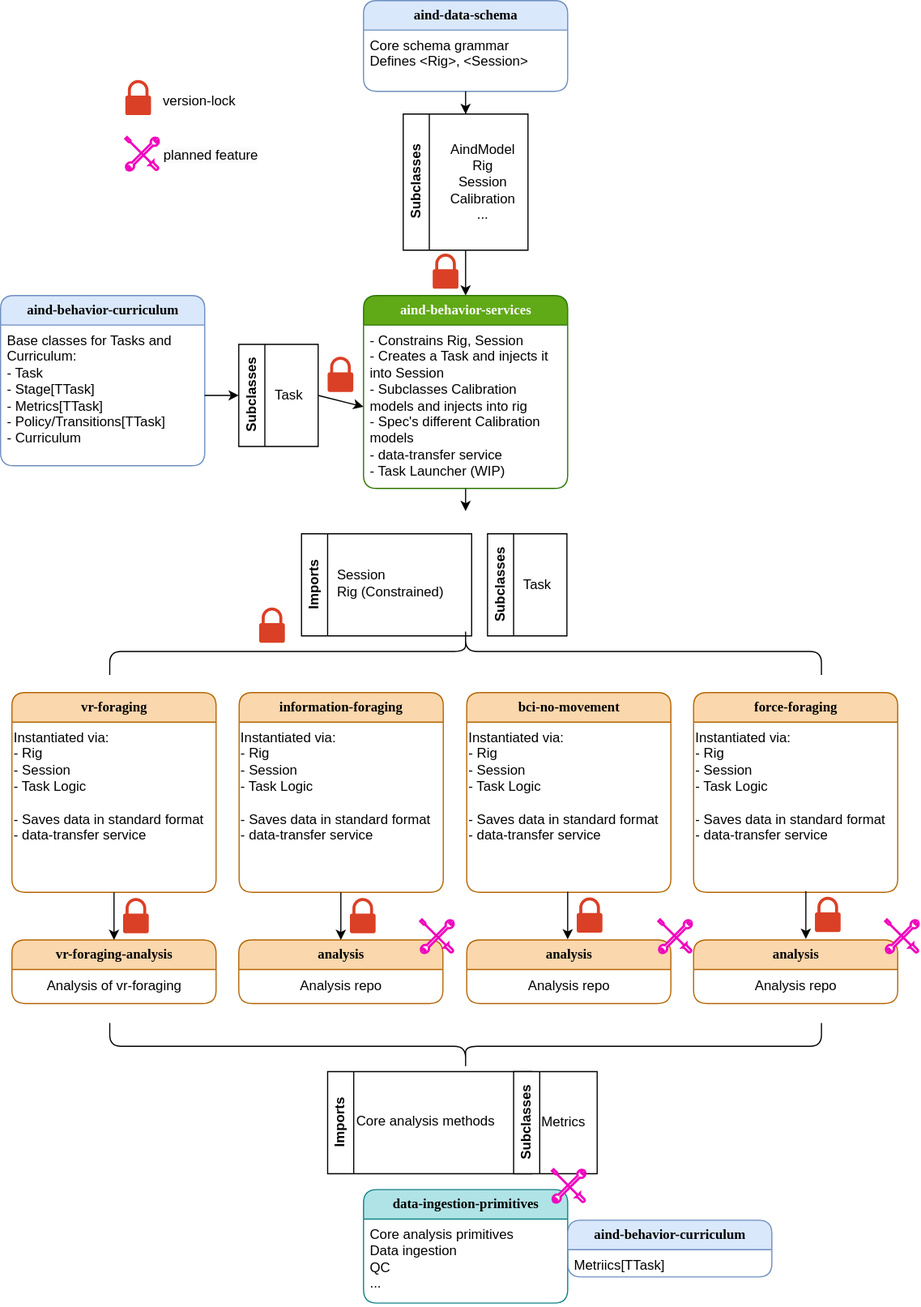
AllenNeuralDynamics/aind-behavior-rig-calibration keeps this draw.io diagram as assets/dependency_tree.drawio.svg. Above is the earlier version. Source tidied: cells renumbered, new cells last; positions are measured from the earlier drawing's top-left corner, leaving out a move shared by most shapes.
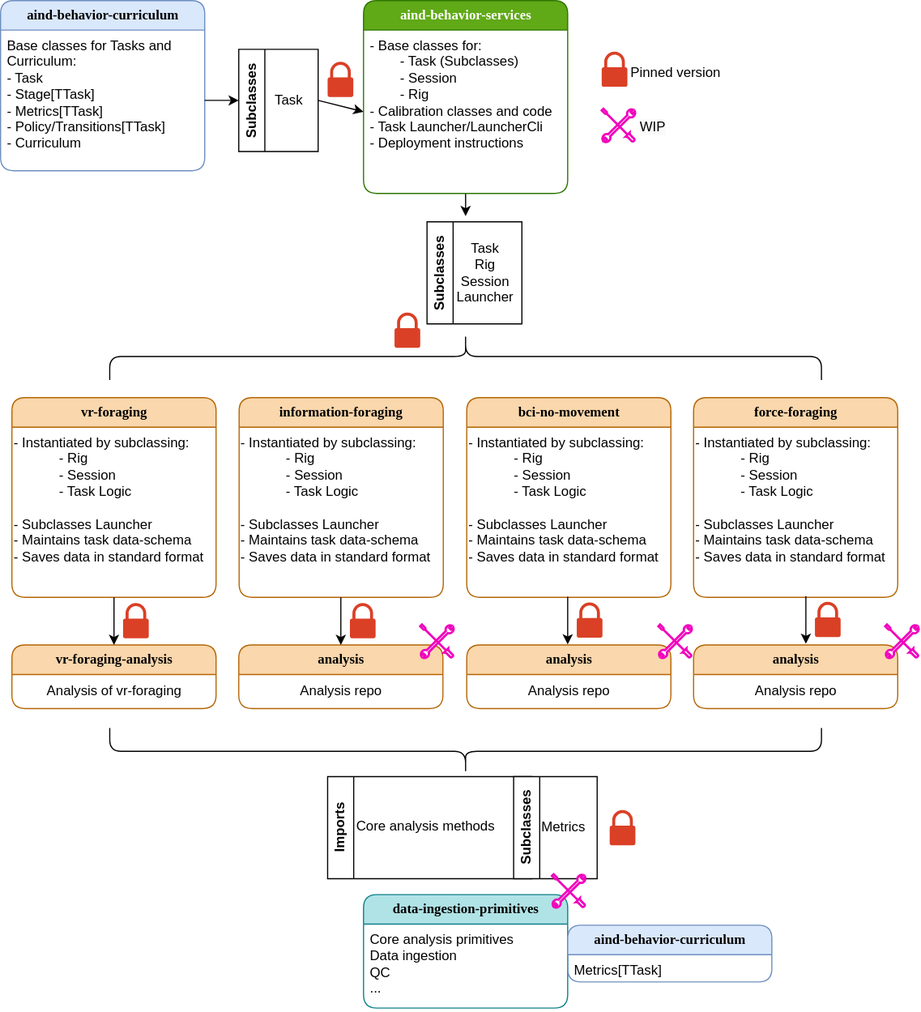
After the change.

Commit message:
Update dependency diagram

Change to the diagram source:
```diff
@@ -2,15 +2,6 @@
   <root>
     <mxCell id="0" />
     <mxCell id="1" parent="0" />
-    <mxCell id="2" style="edgeStyle=orthogonalEdgeStyle;rounded=0;jettySize=auto;html=1;entryX=0.5;entryY=0;entryDx=0;entryDy=0;" parent="1" edge="1" source="12" target="8">
-      <mxGeometry relative="1" as="geometry" />
-    </mxCell>
-    <mxCell id="3" value="aind-data-schema" style="swimlane;fontStyle=1;horizontal=1;startSize=26;fillColor=#dae8fc;html=1;strokeColor=#6c8ebf;strokeWidth=1;rounded=1;shadow=0;glass=0;fontFamily=Tahoma;fontSize=12;align=center;" parent="1" vertex="1">
-      <mxGeometry x="320" width="180" height="80" as="geometry" />
-    </mxCell>
-    <mxCell id="4" value="Core schema grammar&lt;div&gt;Defines &amp;lt;Rig&amp;gt;, &amp;lt;Session&amp;gt;&lt;/div&gt;" style="text;strokeColor=none;fillColor=none;align=left;verticalAlign=top;spacingLeft=4;spacingRight=4;overflow=hidden;whiteSpace=wrap;html=1;" parent="3" vertex="1">
-      <mxGeometry y="26" width="180" height="54" as="geometry" />
-    </mxCell>
     <mxCell id="5" value="aind-behavior-curriculum" style="swimlane;fontStyle=1;horizontal=1;startSize=26;fillColor=#dae8fc;html=1;strokeColor=#6c8ebf;strokeWidth=1;rounded=1;shadow=0;glass=0;fontFamily=Tahoma;fontSize=12;align=center;" parent="1" vertex="1">
       <mxGeometry y="260" width="180" height="150" as="geometry" />
     </mxCell>
@@ -25,21 +16,9 @@
     <mxCell id="8" value="aind-behavior-services" style="swimlane;fontStyle=1;horizontal=1;startSize=26;fillColor=#60a917;html=1;strokeColor=#2D7600;strokeWidth=1;rounded=1;shadow=0;glass=0;fontFamily=Tahoma;fontSize=12;align=center;fontColor=#ffffff;" parent="1" vertex="1">
       <mxGeometry x="320" y="260" width="180" height="170" as="geometry" />
     </mxCell>
-    <mxCell id="9" value="- Constrains Rig, Session&lt;div&gt;- Creates a Task and injects it into Session&lt;/div&gt;&lt;div&gt;- Subclasses Calibration models and injects into rig&lt;/div&gt;&lt;div&gt;- Spec's different Calibration models&lt;/div&gt;&lt;div&gt;- data-transfer service&lt;/div&gt;&lt;div&gt;- Task Launcher (WIP)&lt;/div&gt;" style="text;strokeColor=none;fillColor=none;align=left;verticalAlign=top;spacingLeft=4;spacingRight=4;overflow=hidden;points=[[0,0.5],[1,0.5]];portConstraint=eastwest;whiteSpace=wrap;html=1;" parent="8" vertex="1">
+    <mxCell id="9" value="- Base classes for:&lt;div&gt;&lt;span style=&quot;white-space: pre;&quot;&gt;&#9;&lt;/span&gt;- Task (Subclasses)&lt;/div&gt;&lt;div&gt;&lt;span style=&quot;white-space: pre;&quot;&gt;&#9;&lt;/span&gt;- Session&lt;/div&gt;&lt;div&gt;&lt;span style=&quot;white-space: pre;&quot;&gt;&#9;&lt;/span&gt;- Rig&lt;/div&gt;&lt;div&gt;- Calibration classes and code&lt;/div&gt;&lt;div&gt;&lt;div&gt;- Task Launcher/LauncherCli&lt;/div&gt;&lt;/div&gt;&lt;div&gt;- Deployment instructions&lt;/div&gt;" style="text;strokeColor=none;fillColor=none;align=left;verticalAlign=top;spacingLeft=4;spacingRight=4;overflow=hidden;points=[[0,0.5],[1,0.5]];portConstraint=eastwest;whiteSpace=wrap;html=1;" parent="8" vertex="1">
       <mxGeometry y="26" width="180" height="144" as="geometry" />
     </mxCell>
-    <mxCell id="10" style="sketch=0;shadow=0;dashed=0;html=1;strokeColor=none;labelPosition=center;verticalLabelPosition=bottom;verticalAlign=top;align=center;shape=mxgraph.office.security.lock_protected;fillColor=#DA4026;" parent="1" vertex="1">
-      <mxGeometry x="381" y="223" width="22.6" height="31" as="geometry" />
-    </mxCell>
-    <mxCell id="11" style="edgeStyle=orthogonalEdgeStyle;rounded=0;jettySize=auto;html=1;entryX=0.5;entryY=0;entryDx=0;entryDy=0;" parent="1" edge="1" source="3" target="12">
-      <mxGeometry relative="1" as="geometry" />
-    </mxCell>
-    <mxCell id="12" value="Subclasses" style="swimlane;horizontal=0;whiteSpace=wrap;html=1;" parent="1" vertex="1">
-      <mxGeometry x="355" y="100" width="110" height="120" as="geometry" />
-    </mxCell>
-    <mxCell id="13" value="AindModel&lt;div&gt;Rig&lt;/div&gt;&lt;div&gt;Session&lt;/div&gt;&lt;div&gt;Calibration&lt;/div&gt;&lt;div&gt;...&lt;/div&gt;" style="text;html=1;align=center;verticalAlign=middle;strokeColor=none;fillColor=none;" parent="12" vertex="1">
-      <mxGeometry x="30" y="15" width="80" height="90" as="geometry" />
-    </mxCell>
     <mxCell id="14" style="edgeStyle=none;rounded=0;jettySize=auto;html=1;exitX=1;exitY=0.5;exitDx=0;exitDy=0;entryX=0;entryY=0.5;entryDx=0;entryDy=0;" parent="1" edge="1" source="15" target="9">
       <mxGeometry relative="1" as="geometry" />
     </mxCell>
@@ -55,15 +34,6 @@
     <mxCell id="18" style="sketch=0;shadow=0;dashed=0;html=1;strokeColor=none;labelPosition=center;verticalLabelPosition=bottom;verticalAlign=top;align=center;shape=mxgraph.office.security.lock_protected;fillColor=#DA4026;" parent="1" vertex="1">
       <mxGeometry x="288.4" y="314" width="22.6" height="31" as="geometry" />
     </mxCell>
-    <mxCell id="19" style="group;" parent="1" vertex="1">
-      <mxGeometry x="110" y="70" width="110" height="34" as="geometry" />
-    </mxCell>
-    <mxCell id="20" style="sketch=0;shadow=0;dashed=0;html=1;strokeColor=none;labelPosition=center;verticalLabelPosition=bottom;verticalAlign=top;align=center;shape=mxgraph.office.security.lock_protected;fillColor=#DA4026;" parent="19" vertex="1">
-      <mxGeometry width="22.6" height="31" as="geometry" />
-    </mxCell>
-    <mxCell id="21" value="version-lock" style="text;html=1;align=center;verticalAlign=middle;strokeColor=none;fillColor=none;" parent="19" vertex="1">
-      <mxGeometry x="20" y="4" width="90" height="30" as="geometry" />
-    </mxCell>
     <mxCell id="22" style="group;" parent="1" vertex="1">
       <mxGeometry x="288.4" y="944" width="274" height="90" as="geometry" />
     </mxCell>
@@ -82,31 +52,34 @@
     <mxCell id="27" value="Metrics" style="text;html=1;align=center;verticalAlign=middle;strokeColor=none;fillColor=none;" parent="26" vertex="1">
       <mxGeometry x="13.6" y="30" width="60" height="30" as="geometry" />
     </mxCell>
+    <mxCell id="71" style="sketch=0;shadow=0;dashed=0;html=1;strokeColor=none;labelPosition=center;verticalLabelPosition=bottom;verticalAlign=top;align=center;shape=mxgraph.office.security.lock_protected;fillColor=#DA4026;" parent="22" vertex="1">
+      <mxGeometry x="248.7" y="29.5" width="22.6" height="31" as="geometry" />
+    </mxCell>
     <mxCell id="28" style="group;" parent="1" vertex="1">
       <mxGeometry x="10" y="610" width="781" height="176" as="geometry" />
     </mxCell>
     <mxCell id="29" value="vr-foraging" style="swimlane;fontStyle=1;horizontal=1;startSize=26;fillColor=#fad7ac;html=1;strokeColor=#b46504;strokeWidth=1;rounded=1;shadow=0;glass=0;fontFamily=Tahoma;fontSize=12;align=center;" parent="28" vertex="1">
       <mxGeometry width="180" height="176" as="geometry" />
     </mxCell>
-    <mxCell id="30" value="Instantiated via:&lt;div&gt;- Rig&lt;/div&gt;&lt;div&gt;- Session&lt;/div&gt;&lt;div&gt;- Task Logic&lt;/div&gt;&lt;div&gt;&lt;br&gt;&lt;/div&gt;&lt;div&gt;- Saves data in standard format&lt;/div&gt;&lt;div&gt;- data-transfer service&lt;/div&gt;" style="text;whiteSpace=wrap;html=1;" parent="29" vertex="1">
+    <mxCell id="30" value="- Instantiated by subclassing:&lt;blockquote style=&quot;margin: 0 0 0 40px; border: none; padding: 0px;&quot;&gt;&lt;div&gt;- Rig&lt;/div&gt;&lt;div&gt;- Session&lt;/div&gt;&lt;div&gt;- Task Logic&lt;/div&gt;&lt;/blockquote&gt;&lt;div&gt;&lt;br&gt;&lt;/div&gt;&lt;div&gt;- Subclasses Launcher&lt;/div&gt;&lt;div&gt;- Maintains task data-schema&lt;/div&gt;&lt;div&gt;- Saves data in standard format&lt;/div&gt;&lt;div&gt;&lt;br&gt;&lt;/div&gt;" style="text;whiteSpace=wrap;html=1;" parent="29" vertex="1">
       <mxGeometry y="26" width="180" height="150" as="geometry" />
     </mxCell>
     <mxCell id="31" value="information-foraging" style="swimlane;fontStyle=1;horizontal=1;startSize=26;fillColor=#fad7ac;html=1;strokeColor=#b46504;strokeWidth=1;rounded=1;shadow=0;glass=0;fontFamily=Tahoma;fontSize=12;align=center;" parent="28" vertex="1">
       <mxGeometry x="200.3" width="180" height="176" as="geometry" />
     </mxCell>
-    <mxCell id="32" value="Instantiated via:&lt;div&gt;- Rig&lt;/div&gt;&lt;div&gt;- Session&lt;/div&gt;&lt;div&gt;- Task Logic&lt;/div&gt;&lt;div&gt;&lt;br&gt;&lt;/div&gt;&lt;div&gt;- Saves data in standard format&lt;/div&gt;&lt;div&gt;- data-transfer service&lt;/div&gt;" style="text;whiteSpace=wrap;html=1;" parent="31" vertex="1">
+    <mxCell id="32" value="- Instantiated by subclassing:&lt;blockquote style=&quot;margin: 0px 0px 0px 40px; border: none; padding: 0px;&quot;&gt;&lt;div&gt;- Rig&lt;/div&gt;&lt;div&gt;- Session&lt;/div&gt;&lt;div&gt;- Task Logic&lt;/div&gt;&lt;/blockquote&gt;&lt;div&gt;&lt;br&gt;&lt;/div&gt;&lt;div&gt;- Subclasses Launcher&lt;/div&gt;&lt;div&gt;- Maintains task data-schema&lt;/div&gt;&lt;div&gt;- Saves data in standard format&lt;/div&gt;&lt;div&gt;&lt;br&gt;&lt;/div&gt;" style="text;whiteSpace=wrap;html=1;" parent="31" vertex="1">
       <mxGeometry y="26" width="180" height="150" as="geometry" />
     </mxCell>
     <mxCell id="33" value="bci-no-movement" style="swimlane;fontStyle=1;horizontal=1;startSize=26;fillColor=#fad7ac;html=1;strokeColor=#b46504;strokeWidth=1;rounded=1;shadow=0;glass=0;fontFamily=Tahoma;fontSize=12;align=center;" parent="28" vertex="1">
       <mxGeometry x="401" width="180" height="176" as="geometry" />
     </mxCell>
-    <mxCell id="34" value="Instantiated via:&lt;div&gt;- Rig&lt;/div&gt;&lt;div&gt;- Session&lt;/div&gt;&lt;div&gt;- Task Logic&lt;/div&gt;&lt;div&gt;&lt;br&gt;&lt;/div&gt;&lt;div&gt;- Saves data in standard format&lt;/div&gt;&lt;div&gt;- data-transfer service&lt;/div&gt;" style="text;whiteSpace=wrap;html=1;" parent="33" vertex="1">
+    <mxCell id="34" value="- Instantiated by subclassing:&lt;blockquote style=&quot;margin: 0px 0px 0px 40px; border: none; padding: 0px;&quot;&gt;&lt;div&gt;- Rig&lt;/div&gt;&lt;div&gt;- Session&lt;/div&gt;&lt;div&gt;- Task Logic&lt;/div&gt;&lt;/blockquote&gt;&lt;div&gt;&lt;br&gt;&lt;/div&gt;&lt;div&gt;- Subclasses Launcher&lt;/div&gt;&lt;div&gt;- Maintains task data-schema&lt;/div&gt;&lt;div&gt;- Saves data in standard format&lt;/div&gt;&lt;div&gt;&lt;br&gt;&lt;/div&gt;" style="text;whiteSpace=wrap;html=1;" parent="33" vertex="1">
       <mxGeometry y="26" width="180" height="150" as="geometry" />
     </mxCell>
     <mxCell id="35" value="force-foraging" style="swimlane;fontStyle=1;horizontal=1;startSize=26;fillColor=#fad7ac;html=1;strokeColor=#b46504;strokeWidth=1;rounded=1;shadow=0;glass=0;fontFamily=Tahoma;fontSize=12;align=center;" parent="28" vertex="1">
       <mxGeometry x="601" width="180" height="176" as="geometry" />
     </mxCell>
-    <mxCell id="36" value="Instantiated via:&lt;div&gt;- Rig&lt;/div&gt;&lt;div&gt;- Session&lt;/div&gt;&lt;div&gt;- Task Logic&lt;/div&gt;&lt;div&gt;&lt;br&gt;&lt;/div&gt;&lt;div&gt;- Saves data in standard format&lt;/div&gt;&lt;div&gt;- data-transfer service&lt;/div&gt;" style="text;whiteSpace=wrap;html=1;" parent="35" vertex="1">
+    <mxCell id="36" value="- Instantiated by subclassing:&lt;blockquote style=&quot;margin: 0px 0px 0px 40px; border: none; padding: 0px;&quot;&gt;&lt;div&gt;- Rig&lt;/div&gt;&lt;div&gt;- Session&lt;/div&gt;&lt;div&gt;- Task Logic&lt;/div&gt;&lt;/blockquote&gt;&lt;div&gt;&lt;br&gt;&lt;/div&gt;&lt;div&gt;- Subclasses Launcher&lt;/div&gt;&lt;div&gt;- Maintains task data-schema&lt;/div&gt;&lt;div&gt;- Saves data in standard format&lt;/div&gt;&lt;div&gt;&lt;br&gt;&lt;/div&gt;" style="text;whiteSpace=wrap;html=1;" parent="35" vertex="1">
       <mxGeometry y="26" width="180" height="150" as="geometry" />
     </mxCell>
     <mxCell id="37" style="shape=curlyBracket;whiteSpace=wrap;html=1;rounded=1;labelPosition=left;verticalLabelPosition=middle;align=right;verticalAlign=middle;rotation=90;size=0.5;" parent="1" vertex="1">
@@ -131,7 +104,7 @@
       <mxGeometry x="389.4" y="608" width="41.2" height="627.5" as="geometry" />
     </mxCell>
     <mxCell id="44" style="sketch=0;shadow=0;dashed=0;html=1;strokeColor=none;labelPosition=center;verticalLabelPosition=bottom;verticalAlign=top;align=center;shape=mxgraph.office.security.lock_protected;fillColor=#DA4026;" parent="1" vertex="1">
-      <mxGeometry x="228" y="535" width="22.6" height="31" as="geometry" />
+      <mxGeometry x="347.4" y="535" width="22.6" height="31" as="geometry" />
     </mxCell>
     <mxCell id="45" style="sketch=0;shadow=0;dashed=0;html=1;strokeColor=none;labelPosition=center;verticalLabelPosition=bottom;verticalAlign=top;align=center;shape=mxgraph.office.security.lock_protected;fillColor=#DA4026;" parent="1" vertex="1">
       <mxGeometry x="108" y="791" width="22.6" height="31" as="geometry" />
@@ -193,32 +166,35 @@
     <mxCell id="61" style="sketch=0;shadow=0;dashed=0;html=1;strokeColor=none;labelPosition=center;verticalLabelPosition=bottom;verticalAlign=top;align=center;shape=mxgraph.office.security.lock_protected;fillColor=#DA4026;" parent="1" vertex="1">
       <mxGeometry x="718" y="790" width="22.6" height="31" as="geometry" />
     </mxCell>
+    <mxCell id="69" value="aind-behavior-curriculum" style="swimlane;fontStyle=1;horizontal=1;startSize=26;fillColor=#dae8fc;html=1;strokeColor=#6c8ebf;strokeWidth=1;rounded=1;shadow=0;glass=0;fontFamily=Tahoma;fontSize=12;align=center;" parent="1" vertex="1">
+      <mxGeometry x="500" y="1075" width="180" height="50" as="geometry" />
+    </mxCell>
+    <mxCell id="70" value="&lt;div&gt;&lt;div&gt;&lt;div&gt;Metrics[TTask]&lt;/div&gt;&lt;/div&gt;&lt;/div&gt;" style="text;strokeColor=none;fillColor=none;align=left;verticalAlign=top;spacingLeft=4;spacingRight=4;overflow=hidden;whiteSpace=wrap;html=1;imageWidth=46;" parent="69" vertex="1">
+      <mxGeometry y="26" width="180" height="24" as="geometry" />
+    </mxCell>
+    <mxCell id="72" style="group;" parent="1" vertex="1">
+      <mxGeometry x="530" y="305" width="131.7" height="93.3" as="geometry" />
+    </mxCell>
+    <mxCell id="19" style="group;" parent="72" vertex="1">
+      <mxGeometry width="115" height="34" as="geometry" />
+    </mxCell>
+    <mxCell id="20" style="sketch=0;shadow=0;dashed=0;html=1;strokeColor=none;labelPosition=center;verticalLabelPosition=bottom;verticalAlign=top;align=center;shape=mxgraph.office.security.lock_protected;fillColor=#DA4026;" parent="19" vertex="1">
+      <mxGeometry width="22.6" height="31" as="geometry" />
+    </mxCell>
+    <mxCell id="21" value="Pinned version" style="text;html=1;align=center;verticalAlign=middle;strokeColor=none;fillColor=none;" parent="19" vertex="1">
+      <mxGeometry x="15" y="4" width="100" height="30" as="geometry" />
+    </mxCell>
-    <mxCell id="62" style="html=1;verticalLabelPosition=bottom;align=center;labelBackgroundColor=#ffffff;verticalAlign=top;strokeWidth=2;strokeColor=#f000bc;shadow=0;dashed=0;shape=mxgraph.ios7.icons.tools;" parent="1" vertex="1">
-      <mxGeometry x="110" y="120.3" width="29.7" height="29.7" as="geometry" />
+    <mxCell id="62" style="html=1;verticalLabelPosition=bottom;align=center;labelBackgroundColor=#ffffff;verticalAlign=top;strokeWidth=2;strokeColor=#f000bc;shadow=0;dashed=0;shape=mxgraph.ios7.icons.tools;" parent="72" vertex="1">
+      <mxGeometry y="50.3" width="29.7" height="29.7" as="geometry" />
     </mxCell>
-    <mxCell id="63" value="&lt;span style=&quot;color: rgb(0, 0, 0); font-family: Helvetica; font-size: 12px; font-style: normal; font-variant-ligatures: normal; font-variant-caps: normal; font-weight: 400; letter-spacing: normal; orphans: 2; text-align: center; text-indent: 0px; text-transform: none; widows: 2; word-spacing: 0px; -webkit-text-stroke-width: 0px; white-space: nowrap; background-color: rgb(251, 251, 251); text-decoration-thickness: initial; text-decoration-style: initial; text-decoration-color: initial; display: inline !important; float: none;&quot;&gt;planned feature&lt;/span&gt;" style="text;whiteSpace=wrap;html=1;" parent="1" vertex="1">
-      <mxGeometry x="141.7" y="123.3" width="100" height="40" as="geometry" />
+    <mxCell id="63" value="&lt;span style=&quot;color: rgb(0, 0, 0); font-family: Helvetica; font-size: 12px; font-style: normal; font-variant-ligatures: normal; font-variant-caps: normal; font-weight: 400; letter-spacing: normal; orphans: 2; text-align: center; text-indent: 0px; text-transform: none; widows: 2; word-spacing: 0px; -webkit-text-stroke-width: 0px; white-space: nowrap; background-color: rgb(251, 251, 251); text-decoration-thickness: initial; text-decoration-style: initial; text-decoration-color: initial; display: inline !important; float: none;&quot;&gt;WIP&lt;/span&gt;" style="text;whiteSpace=wrap;html=1;" parent="72" vertex="1">
+      <mxGeometry x="31.7" y="53.3" width="100" height="40" as="geometry" />
     </mxCell>
-    <mxCell id="64" style="group;" parent="1" vertex="1">
-      <mxGeometry x="265.3" y="470" width="234" height="90" as="geometry" />
-    </mxCell>
-    <mxCell id="65" value="Imports" style="swimlane;horizontal=0;whiteSpace=wrap;html=1;startSize=23;" parent="64" vertex="1">
-      <mxGeometry width="150" height="90" as="geometry" />
-    </mxCell>
-    <mxCell id="66" value="Session&lt;div&gt;Rig (Constrained)&lt;/div&gt;" style="text;html=1;align=left;verticalAlign=middle;strokeColor=none;fillColor=none;" parent="65" vertex="1">
-      <mxGeometry x="30" y="24" width="120" height="40" as="geometry" />
-    </mxCell>
-    <mxCell id="67" value="Subclasses" style="swimlane;horizontal=0;whiteSpace=wrap;html=1;" parent="64" vertex="1">
-      <mxGeometry x="164" width="70" height="90" as="geometry" />
-    </mxCell>
-    <mxCell id="68" value="Task" style="text;html=1;align=center;verticalAlign=middle;strokeColor=none;fillColor=none;" parent="67" vertex="1">
-      <mxGeometry x="18.6" y="30" width="50" height="30" as="geometry" />
-    </mxCell>
-    <mxCell id="69" value="aind-behavior-curriculum" style="swimlane;fontStyle=1;horizontal=1;startSize=26;fillColor=#dae8fc;html=1;strokeColor=#6c8ebf;strokeWidth=1;rounded=1;shadow=0;glass=0;fontFamily=Tahoma;fontSize=12;align=center;" parent="1" vertex="1">
-      <mxGeometry x="500" y="1075" width="180" height="50" as="geometry" />
-    </mxCell>
-    <mxCell id="70" value="&lt;div&gt;&lt;div&gt;&lt;div&gt;Metriics[TTask]&lt;/div&gt;&lt;/div&gt;&lt;/div&gt;" style="text;strokeColor=none;fillColor=none;align=left;verticalAlign=top;spacingLeft=4;spacingRight=4;overflow=hidden;whiteSpace=wrap;html=1;imageWidth=46;" parent="69" vertex="1">
-      <mxGeometry y="26" width="180" height="24" as="geometry" />
-    </mxCell>
+    <mxCell id="73" value="Subclasses" style="swimlane;horizontal=0;whiteSpace=wrap;html=1;" parent="1" vertex="1">
+      <mxGeometry x="376" y="455" width="83.7" height="90" as="geometry" />
+    </mxCell>
+    <mxCell id="74" value="Task&lt;div&gt;Rig&lt;/div&gt;&lt;div&gt;Session&lt;/div&gt;&lt;div&gt;Launcher&lt;/div&gt;" style="text;html=1;align=center;verticalAlign=middle;strokeColor=none;fillColor=none;" parent="73" vertex="1">
+      <mxGeometry x="15.6" y="10" width="70" height="70" as="geometry" />
+    </mxCell>
   </root>
 </mxGraphModel>
```
